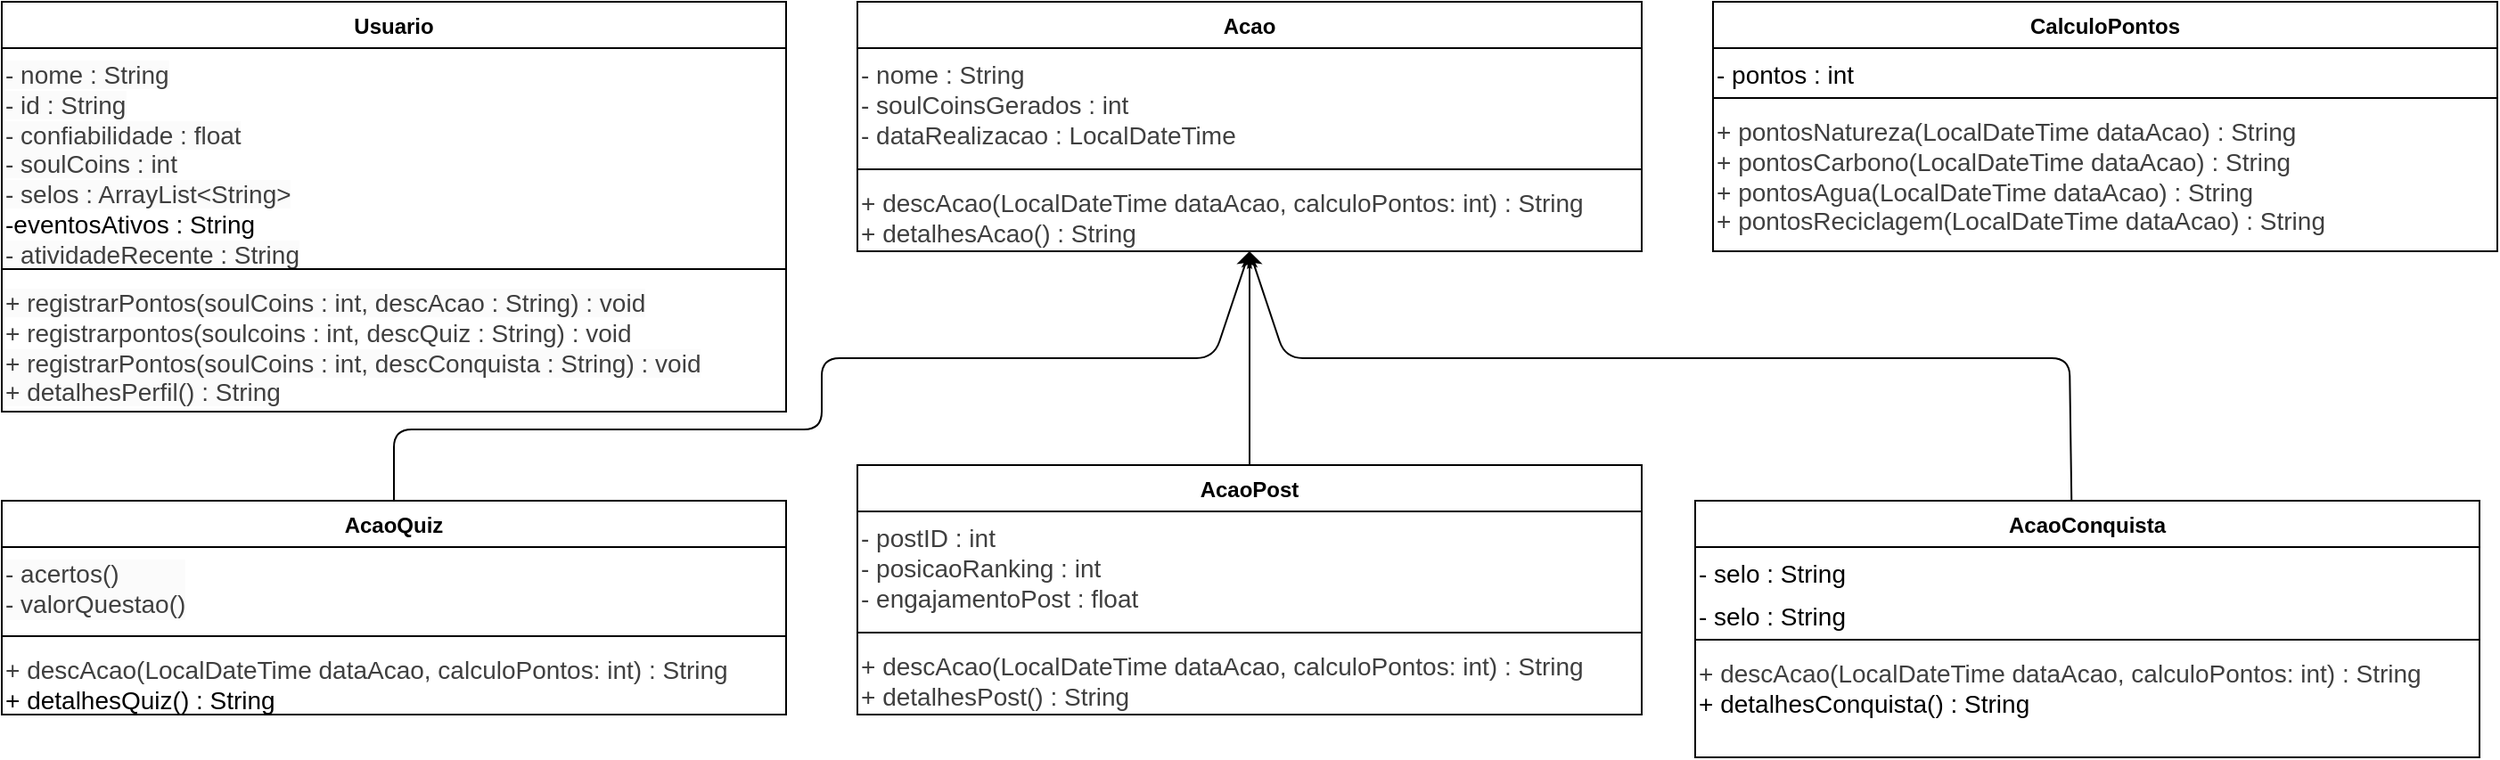
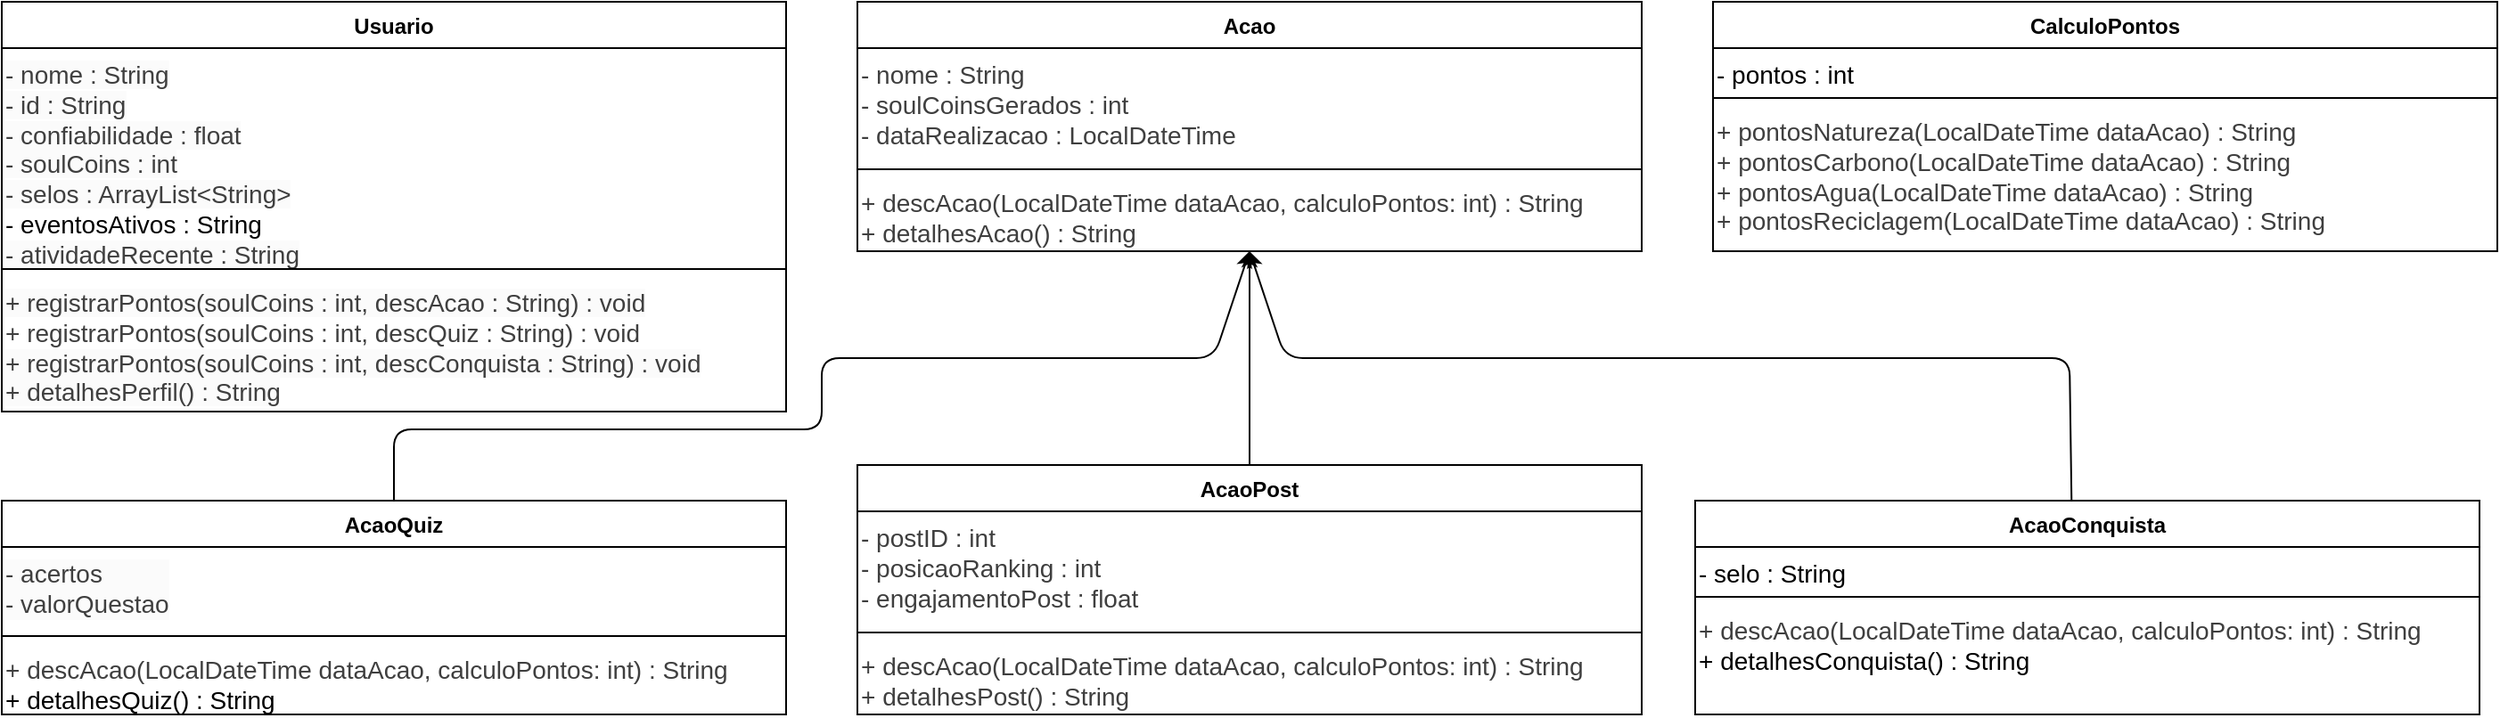
<mxfile host="65bd71144e">
    <diagram name="Diagrama SoulUp" id="soulup-uml">
-         <mxGraphModel dx="637" dy="1059" grid="1" gridSize="10" guides="1" tooltips="1" connect="1" arrows="1" fold="1" page="1" pageScale="1" pageWidth="1475" pageHeight="827" math="0" shadow="0">
+         <mxGraphModel dx="549" dy="593" grid="1" gridSize="10" guides="1" tooltips="1" connect="1" arrows="1" fold="1" page="1" pageScale="1" pageWidth="1475" pageHeight="827" math="0" shadow="0">
            <root>
                <mxCell id="0"/>
                <mxCell id="1" parent="0"/>
                <mxCell id="7" value="Usuario" style="swimlane;fontStyle=1;align=center;verticalAlign=top;childLayout=stackLayout;horizontal=1;startSize=26;horizontalStack=0;resizeParent=1;resizeParentMax=0;resizeLast=0;collapsible=1;marginBottom=0;whiteSpace=wrap;html=1;" parent="1" vertex="1">
                    <mxGeometry x="40" y="40" width="440" height="230" as="geometry">
                        <mxRectangle x="710" y="370" width="80" height="30" as="alternateBounds"/>
                    </mxGeometry>
                </mxCell>
-                 <mxCell id="12" value="&lt;span style=&quot;color: rgb(63, 63, 63); font-family: Helvetica; font-size: 14px; font-style: normal; font-variant-ligatures: normal; font-variant-caps: normal; font-weight: 400; letter-spacing: normal; orphans: 2; text-align: -webkit-left; text-indent: 0px; text-transform: none; widows: 2; word-spacing: 0px; -webkit-text-stroke-width: 0px; white-space: normal; background-color: rgb(251, 251, 251); text-decoration-thickness: initial; text-decoration-style: initial; text-decoration-color: initial; float: none; display: inline !important;&quot;&gt;- nome : String&lt;/span&gt;&lt;br style=&quot;forced-color-adjust: none; color: rgb(63, 63, 63); scrollbar-color: rgb(226, 226, 226) rgb(251, 251, 251); font-family: Helvetica; font-size: 14px; font-style: normal; font-variant-ligatures: normal; font-variant-caps: normal; font-weight: 400; letter-spacing: normal; orphans: 2; text-align: -webkit-left; text-indent: 0px; text-transform: none; widows: 2; word-spacing: 0px; -webkit-text-stroke-width: 0px; white-space: normal; background-color: rgb(251, 251, 251); text-decoration-thickness: initial; text-decoration-style: initial; text-decoration-color: initial;&quot;&gt;&lt;span style=&quot;color: rgb(63, 63, 63); font-family: Helvetica; font-size: 14px; font-style: normal; font-variant-ligatures: normal; font-variant-caps: normal; font-weight: 400; letter-spacing: normal; orphans: 2; text-align: -webkit-left; text-indent: 0px; text-transform: none; widows: 2; word-spacing: 0px; -webkit-text-stroke-width: 0px; white-space: normal; background-color: rgb(251, 251, 251); text-decoration-thickness: initial; text-decoration-style: initial; text-decoration-color: initial; float: none; display: inline !important;&quot;&gt;- id : String&lt;/span&gt;&lt;br style=&quot;forced-color-adjust: none; color: rgb(63, 63, 63); scrollbar-color: rgb(226, 226, 226) rgb(251, 251, 251); font-family: Helvetica; font-size: 14px; font-style: normal; font-variant-ligatures: normal; font-variant-caps: normal; font-weight: 400; letter-spacing: normal; orphans: 2; text-align: -webkit-left; text-indent: 0px; text-transform: none; widows: 2; word-spacing: 0px; -webkit-text-stroke-width: 0px; white-space: normal; background-color: rgb(251, 251, 251); text-decoration-thickness: initial; text-decoration-style: initial; text-decoration-color: initial;&quot;&gt;&lt;span style=&quot;color: rgb(63, 63, 63); font-family: Helvetica; font-size: 14px; font-style: normal; font-variant-ligatures: normal; font-variant-caps: normal; font-weight: 400; letter-spacing: normal; orphans: 2; text-align: -webkit-left; text-indent: 0px; text-transform: none; widows: 2; word-spacing: 0px; -webkit-text-stroke-width: 0px; white-space: normal; background-color: rgb(251, 251, 251); text-decoration-thickness: initial; text-decoration-style: initial; text-decoration-color: initial; float: none; display: inline !important;&quot;&gt;- confiabilidade : float&lt;/span&gt;&lt;br style=&quot;forced-color-adjust: none; color: rgb(63, 63, 63); scrollbar-color: rgb(226, 226, 226) rgb(251, 251, 251); font-family: Helvetica; font-size: 14px; font-style: normal; font-variant-ligatures: normal; font-variant-caps: normal; font-weight: 400; letter-spacing: normal; orphans: 2; text-align: -webkit-left; text-indent: 0px; text-transform: none; widows: 2; word-spacing: 0px; -webkit-text-stroke-width: 0px; white-space: normal; background-color: rgb(251, 251, 251); text-decoration-thickness: initial; text-decoration-style: initial; text-decoration-color: initial;&quot;&gt;&lt;span style=&quot;color: rgb(63, 63, 63); font-family: Helvetica; font-size: 14px; font-style: normal; font-variant-ligatures: normal; font-variant-caps: normal; font-weight: 400; letter-spacing: normal; orphans: 2; text-align: -webkit-left; text-indent: 0px; text-transform: none; widows: 2; word-spacing: 0px; -webkit-text-stroke-width: 0px; white-space: normal; background-color: rgb(251, 251, 251); text-decoration-thickness: initial; text-decoration-style: initial; text-decoration-color: initial; float: none; display: inline !important;&quot;&gt;- soulCoins : int&lt;/span&gt;&lt;br style=&quot;forced-color-adjust: none; color: rgb(63, 63, 63); scrollbar-color: rgb(226, 226, 226) rgb(251, 251, 251); font-family: Helvetica; font-size: 14px; font-style: normal; font-variant-ligatures: normal; font-variant-caps: normal; font-weight: 400; letter-spacing: normal; orphans: 2; text-align: -webkit-left; text-indent: 0px; text-transform: none; widows: 2; word-spacing: 0px; -webkit-text-stroke-width: 0px; white-space: normal; background-color: rgb(251, 251, 251); text-decoration-thickness: initial; text-decoration-style: initial; text-decoration-color: initial;&quot;&gt;&lt;span style=&quot;color: rgb(63, 63, 63); font-family: Helvetica; font-size: 14px; font-style: normal; font-variant-ligatures: normal; font-variant-caps: normal; font-weight: 400; letter-spacing: normal; orphans: 2; text-align: -webkit-left; text-indent: 0px; text-transform: none; widows: 2; word-spacing: 0px; -webkit-text-stroke-width: 0px; white-space: normal; background-color: rgb(251, 251, 251); text-decoration-thickness: initial; text-decoration-style: initial; text-decoration-color: initial; float: none; display: inline !important;&quot;&gt;- selos : ArrayList&amp;lt;String&amp;gt;&lt;/span&gt;&lt;div&gt;&lt;span style=&quot;font-size: 14px;&quot;&gt;-eventosAtivos : String&lt;br&gt;&lt;/span&gt;&lt;div&gt;&lt;span style=&quot;color: rgb(63, 63, 63); font-family: Helvetica; font-size: 14px; font-style: normal; font-variant-ligatures: normal; font-variant-caps: normal; font-weight: 400; letter-spacing: normal; orphans: 2; text-align: -webkit-left; text-indent: 0px; text-transform: none; widows: 2; word-spacing: 0px; -webkit-text-stroke-width: 0px; white-space: normal; background-color: rgb(251, 251, 251); text-decoration-thickness: initial; text-decoration-style: initial; text-decoration-color: initial; float: none; display: inline !important;&quot;&gt;- atividadeRecente : String&lt;/span&gt;&lt;br class=&quot;Apple-interchange-newline&quot;&gt;&lt;/div&gt;&lt;/div&gt;" style="text;whiteSpace=wrap;html=1;" parent="7" vertex="1">
+                 <mxCell id="12" value="&lt;span style=&quot;color: rgb(63, 63, 63); font-family: Helvetica; font-size: 14px; font-style: normal; font-variant-ligatures: normal; font-variant-caps: normal; font-weight: 400; letter-spacing: normal; orphans: 2; text-align: -webkit-left; text-indent: 0px; text-transform: none; widows: 2; word-spacing: 0px; -webkit-text-stroke-width: 0px; white-space: normal; background-color: rgb(251, 251, 251); text-decoration-thickness: initial; text-decoration-style: initial; text-decoration-color: initial; float: none; display: inline !important;&quot;&gt;- nome : String&lt;/span&gt;&lt;br style=&quot;forced-color-adjust: none; color: rgb(63, 63, 63); scrollbar-color: rgb(226, 226, 226) rgb(251, 251, 251); font-family: Helvetica; font-size: 14px; font-style: normal; font-variant-ligatures: normal; font-variant-caps: normal; font-weight: 400; letter-spacing: normal; orphans: 2; text-align: -webkit-left; text-indent: 0px; text-transform: none; widows: 2; word-spacing: 0px; -webkit-text-stroke-width: 0px; white-space: normal; background-color: rgb(251, 251, 251); text-decoration-thickness: initial; text-decoration-style: initial; text-decoration-color: initial;&quot;&gt;&lt;span style=&quot;color: rgb(63, 63, 63); font-family: Helvetica; font-size: 14px; font-style: normal; font-variant-ligatures: normal; font-variant-caps: normal; font-weight: 400; letter-spacing: normal; orphans: 2; text-align: -webkit-left; text-indent: 0px; text-transform: none; widows: 2; word-spacing: 0px; -webkit-text-stroke-width: 0px; white-space: normal; background-color: rgb(251, 251, 251); text-decoration-thickness: initial; text-decoration-style: initial; text-decoration-color: initial; float: none; display: inline !important;&quot;&gt;- id : String&lt;/span&gt;&lt;br style=&quot;forced-color-adjust: none; color: rgb(63, 63, 63); scrollbar-color: rgb(226, 226, 226) rgb(251, 251, 251); font-family: Helvetica; font-size: 14px; font-style: normal; font-variant-ligatures: normal; font-variant-caps: normal; font-weight: 400; letter-spacing: normal; orphans: 2; text-align: -webkit-left; text-indent: 0px; text-transform: none; widows: 2; word-spacing: 0px; -webkit-text-stroke-width: 0px; white-space: normal; background-color: rgb(251, 251, 251); text-decoration-thickness: initial; text-decoration-style: initial; text-decoration-color: initial;&quot;&gt;&lt;span style=&quot;color: rgb(63, 63, 63); font-family: Helvetica; font-size: 14px; font-style: normal; font-variant-ligatures: normal; font-variant-caps: normal; font-weight: 400; letter-spacing: normal; orphans: 2; text-align: -webkit-left; text-indent: 0px; text-transform: none; widows: 2; word-spacing: 0px; -webkit-text-stroke-width: 0px; white-space: normal; background-color: rgb(251, 251, 251); text-decoration-thickness: initial; text-decoration-style: initial; text-decoration-color: initial; float: none; display: inline !important;&quot;&gt;- confiabilidade : float&lt;/span&gt;&lt;br style=&quot;forced-color-adjust: none; color: rgb(63, 63, 63); scrollbar-color: rgb(226, 226, 226) rgb(251, 251, 251); font-family: Helvetica; font-size: 14px; font-style: normal; font-variant-ligatures: normal; font-variant-caps: normal; font-weight: 400; letter-spacing: normal; orphans: 2; text-align: -webkit-left; text-indent: 0px; text-transform: none; widows: 2; word-spacing: 0px; -webkit-text-stroke-width: 0px; white-space: normal; background-color: rgb(251, 251, 251); text-decoration-thickness: initial; text-decoration-style: initial; text-decoration-color: initial;&quot;&gt;&lt;span style=&quot;color: rgb(63, 63, 63); font-family: Helvetica; font-size: 14px; font-style: normal; font-variant-ligatures: normal; font-variant-caps: normal; font-weight: 400; letter-spacing: normal; orphans: 2; text-align: -webkit-left; text-indent: 0px; text-transform: none; widows: 2; word-spacing: 0px; -webkit-text-stroke-width: 0px; white-space: normal; background-color: rgb(251, 251, 251); text-decoration-thickness: initial; text-decoration-style: initial; text-decoration-color: initial; float: none; display: inline !important;&quot;&gt;- soulCoins : int&lt;/span&gt;&lt;br style=&quot;forced-color-adjust: none; color: rgb(63, 63, 63); scrollbar-color: rgb(226, 226, 226) rgb(251, 251, 251); font-family: Helvetica; font-size: 14px; font-style: normal; font-variant-ligatures: normal; font-variant-caps: normal; font-weight: 400; letter-spacing: normal; orphans: 2; text-align: -webkit-left; text-indent: 0px; text-transform: none; widows: 2; word-spacing: 0px; -webkit-text-stroke-width: 0px; white-space: normal; background-color: rgb(251, 251, 251); text-decoration-thickness: initial; text-decoration-style: initial; text-decoration-color: initial;&quot;&gt;&lt;span style=&quot;color: rgb(63, 63, 63); font-family: Helvetica; font-size: 14px; font-style: normal; font-variant-ligatures: normal; font-variant-caps: normal; font-weight: 400; letter-spacing: normal; orphans: 2; text-align: -webkit-left; text-indent: 0px; text-transform: none; widows: 2; word-spacing: 0px; -webkit-text-stroke-width: 0px; white-space: normal; background-color: rgb(251, 251, 251); text-decoration-thickness: initial; text-decoration-style: initial; text-decoration-color: initial; float: none; display: inline !important;&quot;&gt;- selos : ArrayList&amp;lt;String&amp;gt;&lt;/span&gt;&lt;div&gt;&lt;span style=&quot;font-size: 14px;&quot;&gt;- eventosAtivos : String&lt;br&gt;&lt;/span&gt;&lt;div&gt;&lt;span style=&quot;color: rgb(63, 63, 63); font-family: Helvetica; font-size: 14px; font-style: normal; font-variant-ligatures: normal; font-variant-caps: normal; font-weight: 400; letter-spacing: normal; orphans: 2; text-align: -webkit-left; text-indent: 0px; text-transform: none; widows: 2; word-spacing: 0px; -webkit-text-stroke-width: 0px; white-space: normal; background-color: rgb(251, 251, 251); text-decoration-thickness: initial; text-decoration-style: initial; text-decoration-color: initial; float: none; display: inline !important;&quot;&gt;- atividadeRecente : String&lt;/span&gt;&lt;br class=&quot;Apple-interchange-newline&quot;&gt;&lt;/div&gt;&lt;/div&gt;" style="text;whiteSpace=wrap;html=1;" parent="7" vertex="1">
                    <mxGeometry y="26" width="440" height="120" as="geometry"/>
                </mxCell>
                <mxCell id="9" value="" style="line;strokeWidth=1;fillColor=none;align=left;verticalAlign=middle;spacingTop=-1;spacingLeft=3;spacingRight=3;rotatable=0;labelPosition=right;points=[];portConstraint=eastwest;strokeColor=inherit;" parent="7" vertex="1">
                    <mxGeometry y="146" width="440" height="8" as="geometry"/>
                </mxCell>
-                 <mxCell id="13" value="&lt;span style=&quot;color: rgb(63, 63, 63); font-family: Helvetica; font-size: 14px; font-style: normal; font-variant-ligatures: normal; font-variant-caps: normal; font-weight: 400; letter-spacing: normal; orphans: 2; text-align: -webkit-left; text-indent: 0px; text-transform: none; widows: 2; word-spacing: 0px; -webkit-text-stroke-width: 0px; white-space: normal; background-color: rgb(251, 251, 251); text-decoration-thickness: initial; text-decoration-style: initial; text-decoration-color: initial; float: none; display: inline !important;&quot;&gt;+ registrarPontos(soulCoins : int, descAcao : String) : void&lt;/span&gt;&lt;div&gt;&lt;span style=&quot;color: rgb(63, 63, 63); font-size: 14px;&quot;&gt;+ registrarpontos(soulcoins : int, descQuiz : String) : void&lt;/span&gt;&lt;span style=&quot;font-size: 14px;&quot;&gt;&lt;br&gt;&lt;/span&gt;&lt;div&gt;&lt;span style=&quot;color: rgb(63, 63, 63); font-family: Helvetica; font-size: 14px; font-style: normal; font-variant-ligatures: normal; font-variant-caps: normal; font-weight: 400; letter-spacing: normal; orphans: 2; text-align: -webkit-left; text-indent: 0px; text-transform: none; widows: 2; word-spacing: 0px; -webkit-text-stroke-width: 0px; white-space: normal; background-color: rgb(251, 251, 251); text-decoration-thickness: initial; text-decoration-style: initial; text-decoration-color: initial; float: none; display: inline !important;&quot;&gt;+ registrarPontos(soulCoins : int, descConquista : String) : void&lt;/span&gt;&lt;br style=&quot;forced-color-adjust: none; color: rgb(63, 63, 63); scrollbar-color: rgb(226, 226, 226) rgb(251, 251, 251); font-family: Helvetica; font-size: 14px; font-style: normal; font-variant-ligatures: normal; font-variant-caps: normal; font-weight: 400; letter-spacing: normal; orphans: 2; text-align: -webkit-left; text-indent: 0px; text-transform: none; widows: 2; word-spacing: 0px; -webkit-text-stroke-width: 0px; white-space: normal; background-color: rgb(251, 251, 251); text-decoration-thickness: initial; text-decoration-style: initial; text-decoration-color: initial;&quot;&gt;&lt;span style=&quot;color: rgb(63, 63, 63); font-family: Helvetica; font-size: 14px; font-style: normal; font-variant-ligatures: normal; font-variant-caps: normal; font-weight: 400; letter-spacing: normal; orphans: 2; text-align: -webkit-left; text-indent: 0px; text-transform: none; widows: 2; word-spacing: 0px; -webkit-text-stroke-width: 0px; white-space: normal; background-color: rgb(251, 251, 251); text-decoration-thickness: initial; text-decoration-style: initial; text-decoration-color: initial; float: none; display: inline !important;&quot;&gt;+ detalhesPerfil() : String&lt;/span&gt;&lt;/div&gt;&lt;/div&gt;" style="text;whiteSpace=wrap;html=1;" parent="7" vertex="1">
+                 <mxCell id="13" value="&lt;span style=&quot;color: rgb(63, 63, 63); font-family: Helvetica; font-size: 14px; font-style: normal; font-variant-ligatures: normal; font-variant-caps: normal; font-weight: 400; letter-spacing: normal; orphans: 2; text-align: -webkit-left; text-indent: 0px; text-transform: none; widows: 2; word-spacing: 0px; -webkit-text-stroke-width: 0px; white-space: normal; background-color: rgb(251, 251, 251); text-decoration-thickness: initial; text-decoration-style: initial; text-decoration-color: initial; float: none; display: inline !important;&quot;&gt;+ registrarPontos(soulCoins : int, descAcao : String) : void&lt;/span&gt;&lt;div&gt;&lt;span style=&quot;color: rgb(63, 63, 63); font-size: 14px;&quot;&gt;+ registrarPontos(soulCoins : int, descQuiz : String) : void&lt;/span&gt;&lt;span style=&quot;font-size: 14px;&quot;&gt;&lt;br&gt;&lt;/span&gt;&lt;div&gt;&lt;span style=&quot;color: rgb(63, 63, 63); font-family: Helvetica; font-size: 14px; font-style: normal; font-variant-ligatures: normal; font-variant-caps: normal; font-weight: 400; letter-spacing: normal; orphans: 2; text-align: -webkit-left; text-indent: 0px; text-transform: none; widows: 2; word-spacing: 0px; -webkit-text-stroke-width: 0px; white-space: normal; background-color: rgb(251, 251, 251); text-decoration-thickness: initial; text-decoration-style: initial; text-decoration-color: initial; float: none; display: inline !important;&quot;&gt;+ registrarPontos(soulCoins : int, descConquista : String) : void&lt;/span&gt;&lt;br style=&quot;forced-color-adjust: none; color: rgb(63, 63, 63); scrollbar-color: rgb(226, 226, 226) rgb(251, 251, 251); font-family: Helvetica; font-size: 14px; font-style: normal; font-variant-ligatures: normal; font-variant-caps: normal; font-weight: 400; letter-spacing: normal; orphans: 2; text-align: -webkit-left; text-indent: 0px; text-transform: none; widows: 2; word-spacing: 0px; -webkit-text-stroke-width: 0px; white-space: normal; background-color: rgb(251, 251, 251); text-decoration-thickness: initial; text-decoration-style: initial; text-decoration-color: initial;&quot;&gt;&lt;span style=&quot;color: rgb(63, 63, 63); font-family: Helvetica; font-size: 14px; font-style: normal; font-variant-ligatures: normal; font-variant-caps: normal; font-weight: 400; letter-spacing: normal; orphans: 2; text-align: -webkit-left; text-indent: 0px; text-transform: none; widows: 2; word-spacing: 0px; -webkit-text-stroke-width: 0px; white-space: normal; background-color: rgb(251, 251, 251); text-decoration-thickness: initial; text-decoration-style: initial; text-decoration-color: initial; float: none; display: inline !important;&quot;&gt;+ detalhesPerfil() : String&lt;/span&gt;&lt;/div&gt;&lt;/div&gt;" style="text;whiteSpace=wrap;html=1;" parent="7" vertex="1">
                    <mxGeometry y="154" width="440" height="76" as="geometry"/>
                </mxCell>
                <mxCell id="14" value="Acao" style="swimlane;fontStyle=1;align=center;verticalAlign=top;childLayout=stackLayout;horizontal=1;startSize=26;horizontalStack=0;resizeParent=1;resizeParentMax=0;resizeLast=0;collapsible=1;marginBottom=0;whiteSpace=wrap;html=1;" parent="1" vertex="1">
                    <mxGeometry x="520" y="40" width="440" height="140" as="geometry">
                        <mxRectangle x="520" y="40" width="80" height="30" as="alternateBounds"/>
                    </mxGeometry>
                </mxCell>
                <mxCell id="15" value="&lt;span style=&quot;color: rgb(63, 63, 63); font-size: 14px;&quot;&gt;- nome : String&lt;/span&gt;&lt;br style=&quot;color: rgb(63, 63, 63); scrollbar-color: rgb(226, 226, 226) rgb(251, 251, 251); font-size: 14px;&quot;&gt;&lt;span style=&quot;color: rgb(63, 63, 63); font-size: 14px;&quot;&gt;- soulCoinsGerados : int&lt;/span&gt;&lt;br style=&quot;color: rgb(63, 63, 63); scrollbar-color: rgb(226, 226, 226) rgb(251, 251, 251); font-size: 14px;&quot;&gt;&lt;span style=&quot;color: rgb(63, 63, 63); font-size: 14px;&quot;&gt;- dataRealizacao : LocalDateTime&lt;/span&gt;" style="text;whiteSpace=wrap;html=1;" parent="14" vertex="1">
                    <mxGeometry y="26" width="440" height="64" as="geometry"/>
                </mxCell>
                <mxCell id="16" value="" style="line;strokeWidth=1;fillColor=none;align=left;verticalAlign=middle;spacingTop=-1;spacingLeft=3;spacingRight=3;rotatable=0;labelPosition=right;points=[];portConstraint=eastwest;strokeColor=inherit;" parent="14" vertex="1">
                    <mxGeometry y="90" width="440" height="8" as="geometry"/>
                </mxCell>
                <mxCell id="17" value="&lt;div&gt;&lt;span style=&quot;color: rgb(63, 63, 63); font-size: 14px;&quot;&gt;+ descAcao(&lt;/span&gt;&lt;span style=&quot;scrollbar-color: rgb(226, 226, 226) rgb(251, 251, 251); font-size: 14px; color: rgb(63, 63, 63);&quot;&gt;LocalDateTime dataAcao, calculoPontos: int&lt;/span&gt;&lt;span style=&quot;color: rgb(63, 63, 63); font-size: 14px;&quot;&gt;) : String&lt;/span&gt;&lt;br style=&quot;color: rgb(63, 63, 63); scrollbar-color: rgb(226, 226, 226) rgb(251, 251, 251); font-size: 14px;&quot;&gt;&lt;span style=&quot;color: rgb(63, 63, 63); font-size: 14px;&quot;&gt;+ detalhesAcao() : String&lt;/span&gt;&lt;/div&gt;" style="text;whiteSpace=wrap;html=1;" parent="14" vertex="1">
                    <mxGeometry y="98" width="440" height="42" as="geometry"/>
                </mxCell>
                <mxCell id="22" value="" style="edgeStyle=none;html=1;" parent="1" source="18" target="17" edge="1">
                    <mxGeometry relative="1" as="geometry"/>
                </mxCell>
                <mxCell id="18" value="AcaoPost" style="swimlane;fontStyle=1;align=center;verticalAlign=top;childLayout=stackLayout;horizontal=1;startSize=26;horizontalStack=0;resizeParent=1;resizeParentMax=0;resizeLast=0;collapsible=1;marginBottom=0;whiteSpace=wrap;html=1;" parent="1" vertex="1">
                    <mxGeometry x="520" y="300" width="440" height="140" as="geometry">
                        <mxRectangle x="710" y="370" width="80" height="30" as="alternateBounds"/>
                    </mxGeometry>
                </mxCell>
                <mxCell id="19" value="&lt;span style=&quot;color: rgb(63, 63, 63); font-size: 14px;&quot;&gt;- postID : int&lt;/span&gt;&lt;br style=&quot;color: rgb(63, 63, 63); scrollbar-color: rgb(226, 226, 226) rgb(251, 251, 251); font-size: 14px;&quot;&gt;&lt;span style=&quot;color: rgb(63, 63, 63); font-size: 14px;&quot;&gt;- posicaoRanking : int&lt;/span&gt;&lt;br style=&quot;color: rgb(63, 63, 63); scrollbar-color: rgb(226, 226, 226) rgb(251, 251, 251); font-size: 14px;&quot;&gt;&lt;span style=&quot;color: rgb(63, 63, 63); font-size: 14px;&quot;&gt;- engajamentoPost : float&lt;/span&gt;&lt;div&gt;&lt;span style=&quot;color: rgb(63, 63, 63); font-size: 14px;&quot;&gt;&lt;br&gt;&lt;/span&gt;&lt;/div&gt;" style="text;whiteSpace=wrap;html=1;" parent="18" vertex="1">
                    <mxGeometry y="26" width="440" height="64" as="geometry"/>
                </mxCell>
                <mxCell id="20" value="" style="line;strokeWidth=1;fillColor=none;align=left;verticalAlign=middle;spacingTop=-1;spacingLeft=3;spacingRight=3;rotatable=0;labelPosition=right;points=[];portConstraint=eastwest;strokeColor=inherit;" parent="18" vertex="1">
                    <mxGeometry y="90" width="440" height="8" as="geometry"/>
                </mxCell>
                <mxCell id="21" value="&lt;div&gt;&lt;span style=&quot;color: rgb(63, 63, 63); font-size: 14px;&quot;&gt;+ descAcao(&lt;/span&gt;&lt;span style=&quot;scrollbar-color: rgb(226, 226, 226) rgb(251, 251, 251); font-size: 14px; color: rgb(63, 63, 63);&quot;&gt;LocalDateTime dataAcao, calculoPontos: int&lt;/span&gt;&lt;span style=&quot;color: rgb(63, 63, 63); font-size: 14px;&quot;&gt;) : String&lt;/span&gt;&lt;/div&gt;&lt;span style=&quot;color: rgb(63, 63, 63); font-size: 14px;&quot;&gt;+ detalhesPost() : String&lt;/span&gt;" style="text;whiteSpace=wrap;html=1;" parent="18" vertex="1">
                    <mxGeometry y="98" width="440" height="42" as="geometry"/>
                </mxCell>
                <mxCell id="42" value="" style="edgeStyle=none;html=1;exitX=0.48;exitY=0.036;exitDx=0;exitDy=0;exitPerimeter=0;entryX=0.5;entryY=1;entryDx=0;entryDy=0;" parent="1" source="32" target="17" edge="1">
                    <mxGeometry relative="1" as="geometry">
                        <mxPoint x="760" y="240" as="targetPoint"/>
                        <Array as="points">
                            <mxPoint x="1200" y="240"/>
                            <mxPoint x="960" y="240"/>
                            <mxPoint x="800" y="240"/>
                            <mxPoint x="760" y="240"/>
                        </Array>
                    </mxGeometry>
                </mxCell>
                <mxCell id="32" value="AcaoConquista" style="swimlane;fontStyle=1;align=center;verticalAlign=top;childLayout=stackLayout;horizontal=1;startSize=26;horizontalStack=0;resizeParent=1;resizeParentMax=0;resizeLast=0;collapsible=1;marginBottom=0;whiteSpace=wrap;html=1;" parent="1" vertex="1">
-                     <mxGeometry x="990" y="320" width="440" height="144" as="geometry">
+                     <mxGeometry x="990" y="320" width="440" height="120" as="geometry">
                        <mxRectangle x="710" y="370" width="80" height="30" as="alternateBounds"/>
                    </mxGeometry>
                </mxCell>
                <mxCell id="33" value="&lt;div&gt;&lt;span style=&quot;font-size: 14px;&quot;&gt;- selo : String&lt;/span&gt;&lt;/div&gt;" style="text;whiteSpace=wrap;html=1;" parent="32" vertex="1">
                    <mxGeometry y="26" width="440" height="24" as="geometry"/>
                </mxCell>
-                 <mxCell id="54" value="&lt;div&gt;&lt;span style=&quot;font-size: 14px;&quot;&gt;- selo : String&lt;/span&gt;&lt;/div&gt;" style="text;whiteSpace=wrap;html=1;" parent="32" vertex="1">
-                     <mxGeometry y="50" width="440" height="24" as="geometry"/>
-                 </mxCell>
                <mxCell id="34" value="" style="line;strokeWidth=1;fillColor=none;align=left;verticalAlign=middle;spacingTop=-1;spacingLeft=3;spacingRight=3;rotatable=0;labelPosition=right;points=[];portConstraint=eastwest;strokeColor=inherit;" parent="32" vertex="1">
-                     <mxGeometry y="74" width="440" height="8" as="geometry"/>
+                     <mxGeometry y="50" width="440" height="8" as="geometry"/>
                </mxCell>
                <mxCell id="35" value="&lt;div&gt;&lt;span style=&quot;color: rgb(63, 63, 63); font-size: 14px;&quot;&gt;+ descAcao(&lt;/span&gt;&lt;span style=&quot;scrollbar-color: rgb(226, 226, 226) rgb(251, 251, 251); font-size: 14px; color: rgb(63, 63, 63);&quot;&gt;LocalDateTime dataAcao, calculoPontos: int&lt;/span&gt;&lt;span style=&quot;color: rgb(63, 63, 63); font-size: 14px;&quot;&gt;) : String&lt;/span&gt;&lt;/div&gt;&lt;span style=&quot;font-size: 14px;&quot;&gt;+ detalhesConquista() : String&lt;/span&gt;" style="text;whiteSpace=wrap;html=1;" parent="32" vertex="1">
-                     <mxGeometry y="82" width="440" height="62" as="geometry"/>
+                     <mxGeometry y="58" width="440" height="62" as="geometry"/>
                </mxCell>
                <mxCell id="47" style="edgeStyle=none;html=1;exitX=0.5;exitY=0;exitDx=0;exitDy=0;entryX=0.5;entryY=1;entryDx=0;entryDy=0;" parent="1" source="43" target="17" edge="1">
                    <mxGeometry relative="1" as="geometry">
                        <Array as="points">
                            <mxPoint x="260" y="280"/>
                            <mxPoint x="500" y="280"/>
                            <mxPoint x="500" y="240"/>
                            <mxPoint x="620" y="240"/>
                            <mxPoint x="720" y="240"/>
                        </Array>
                    </mxGeometry>
                </mxCell>
                <mxCell id="43" value="AcaoQuiz" style="swimlane;fontStyle=1;align=center;verticalAlign=top;childLayout=stackLayout;horizontal=1;startSize=26;horizontalStack=0;resizeParent=1;resizeParentMax=0;resizeLast=0;collapsible=1;marginBottom=0;whiteSpace=wrap;html=1;" parent="1" vertex="1">
                    <mxGeometry x="40" y="320" width="440" height="120" as="geometry">
                        <mxRectangle x="710" y="370" width="80" height="30" as="alternateBounds"/>
                    </mxGeometry>
                </mxCell>
-                 <mxCell id="48" value="&lt;div style=&quot;forced-color-adjust: none; color: rgb(63, 63, 63); scrollbar-color: rgb(226, 226, 226) rgb(251, 251, 251); font-family: Helvetica; font-style: normal; font-variant-ligatures: normal; font-variant-caps: normal; font-weight: 400; letter-spacing: normal; orphans: 2; text-align: left; text-indent: 0px; text-transform: none; widows: 2; word-spacing: 0px; -webkit-text-stroke-width: 0px; white-space: normal; background-color: rgb(251, 251, 251); text-decoration-thickness: initial; text-decoration-style: initial; text-decoration-color: initial;&quot;&gt;&lt;span style=&quot;font-size: 14px;&quot;&gt;- acertos()&lt;/span&gt;&lt;/div&gt;&lt;div style=&quot;forced-color-adjust: none; color: rgb(63, 63, 63); scrollbar-color: rgb(226, 226, 226) rgb(251, 251, 251); font-family: Helvetica; font-style: normal; font-variant-ligatures: normal; font-variant-caps: normal; font-weight: 400; letter-spacing: normal; orphans: 2; text-align: left; text-indent: 0px; text-transform: none; widows: 2; word-spacing: 0px; -webkit-text-stroke-width: 0px; white-space: normal; background-color: rgb(251, 251, 251); text-decoration-thickness: initial; text-decoration-style: initial; text-decoration-color: initial;&quot;&gt;&lt;span style=&quot;font-size: 14px;&quot;&gt;- valorQuestao()&lt;/span&gt;&lt;/div&gt;" style="text;whiteSpace=wrap;html=1;" parent="43" vertex="1">
+                 <mxCell id="48" value="&lt;div style=&quot;forced-color-adjust: none; color: rgb(63, 63, 63); scrollbar-color: rgb(226, 226, 226) rgb(251, 251, 251); font-family: Helvetica; font-style: normal; font-variant-ligatures: normal; font-variant-caps: normal; font-weight: 400; letter-spacing: normal; orphans: 2; text-align: left; text-indent: 0px; text-transform: none; widows: 2; word-spacing: 0px; -webkit-text-stroke-width: 0px; white-space: normal; background-color: rgb(251, 251, 251); text-decoration-thickness: initial; text-decoration-style: initial; text-decoration-color: initial;&quot;&gt;&lt;span style=&quot;font-size: 14px;&quot;&gt;- acertos&lt;/span&gt;&lt;/div&gt;&lt;div style=&quot;forced-color-adjust: none; color: rgb(63, 63, 63); scrollbar-color: rgb(226, 226, 226) rgb(251, 251, 251); font-family: Helvetica; font-style: normal; font-variant-ligatures: normal; font-variant-caps: normal; font-weight: 400; letter-spacing: normal; orphans: 2; text-align: left; text-indent: 0px; text-transform: none; widows: 2; word-spacing: 0px; -webkit-text-stroke-width: 0px; white-space: normal; background-color: rgb(251, 251, 251); text-decoration-thickness: initial; text-decoration-style: initial; text-decoration-color: initial;&quot;&gt;&lt;span style=&quot;font-size: 14px;&quot;&gt;- valorQuestao&lt;/span&gt;&lt;/div&gt;" style="text;whiteSpace=wrap;html=1;" parent="43" vertex="1">
                    <mxGeometry y="26" width="440" height="46" as="geometry"/>
                </mxCell>
                <mxCell id="45" value="" style="line;strokeWidth=1;fillColor=none;align=left;verticalAlign=middle;spacingTop=-1;spacingLeft=3;spacingRight=3;rotatable=0;labelPosition=right;points=[];portConstraint=eastwest;strokeColor=inherit;" parent="43" vertex="1">
                    <mxGeometry y="72" width="440" height="8" as="geometry"/>
                </mxCell>
                <mxCell id="46" value="&lt;div&gt;&lt;span style=&quot;scrollbar-color: rgb(226, 226, 226) rgb(251, 251, 251); font-size: 14px; color: rgb(63, 63, 63);&quot;&gt;+ descAcao(&lt;span style=&quot;scrollbar-color: rgb(226, 226, 226) rgb(251, 251, 251); color: rgb(63, 63, 63);&quot;&gt;LocalDateTime dataAcao, calculoPontos: int&lt;/span&gt;) : String&lt;/span&gt;&lt;br&gt;&lt;/div&gt;&lt;span style=&quot;font-size: 14px;&quot;&gt;+ detalhesQuiz() : String&lt;/span&gt;" style="text;whiteSpace=wrap;html=1;" parent="43" vertex="1">
                    <mxGeometry y="80" width="440" height="40" as="geometry"/>
                </mxCell>
                <mxCell id="49" value="CalculoPontos" style="swimlane;fontStyle=1;align=center;verticalAlign=top;childLayout=stackLayout;horizontal=1;startSize=26;horizontalStack=0;resizeParent=1;resizeParentMax=0;resizeLast=0;collapsible=1;marginBottom=0;whiteSpace=wrap;html=1;" parent="1" vertex="1">
                    <mxGeometry x="1000" y="40" width="440" height="140" as="geometry">
                        <mxRectangle x="710" y="370" width="80" height="30" as="alternateBounds"/>
                    </mxGeometry>
                </mxCell>
                <mxCell id="50" value="&lt;div&gt;&lt;span style=&quot;font-size: 14px;&quot;&gt;- pontos : int&lt;/span&gt;&lt;/div&gt;" style="text;whiteSpace=wrap;html=1;" parent="49" vertex="1">
                    <mxGeometry y="26" width="440" height="24" as="geometry"/>
                </mxCell>
                <mxCell id="51" value="" style="line;strokeWidth=1;fillColor=none;align=left;verticalAlign=middle;spacingTop=-1;spacingLeft=3;spacingRight=3;rotatable=0;labelPosition=right;points=[];portConstraint=eastwest;strokeColor=inherit;" parent="49" vertex="1">
                    <mxGeometry y="50" width="440" height="8" as="geometry"/>
                </mxCell>
                <mxCell id="52" value="&lt;div style=&quot;color: rgb(63, 63, 63); scrollbar-color: rgb(226, 226, 226) rgb(251, 251, 251);&quot;&gt;&lt;span style=&quot;scrollbar-color: rgb(226, 226, 226) rgb(251, 251, 251); font-size: 14px; color: rgb(63, 63, 63);&quot;&gt;+ pontosNatureza(&lt;span style=&quot;scrollbar-color: rgb(226, 226, 226) rgb(251, 251, 251); color: rgb(63, 63, 63);&quot;&gt;LocalDateTime dataAcao&lt;/span&gt;) : String&lt;/span&gt;&lt;br style=&quot;scrollbar-color: rgb(226, 226, 226) rgb(251, 251, 251); font-size: 14px; color: rgb(63, 63, 63);&quot;&gt;&lt;span style=&quot;scrollbar-color: rgb(226, 226, 226) rgb(251, 251, 251); font-size: 14px; color: rgb(63, 63, 63);&quot;&gt;+ pontosCarbono(&lt;span style=&quot;scrollbar-color: rgb(226, 226, 226) rgb(251, 251, 251); color: rgb(63, 63, 63);&quot;&gt;LocalDateTime dataAcao&lt;/span&gt;) : String&lt;/span&gt;&lt;br style=&quot;scrollbar-color: rgb(226, 226, 226) rgb(251, 251, 251); font-size: 14px; color: rgb(63, 63, 63);&quot;&gt;&lt;span style=&quot;scrollbar-color: rgb(226, 226, 226) rgb(251, 251, 251); font-size: 14px; color: rgb(63, 63, 63);&quot;&gt;+ pontosAgua(&lt;span style=&quot;scrollbar-color: rgb(226, 226, 226) rgb(251, 251, 251); color: rgb(63, 63, 63);&quot;&gt;LocalDateTime dataAcao&lt;/span&gt;) : String&lt;/span&gt;&lt;div style=&quot;scrollbar-color: rgb(226, 226, 226) rgb(251, 251, 251); color: rgb(63, 63, 63);&quot;&gt;&lt;font style=&quot;scrollbar-color: rgb(226, 226, 226) rgb(251, 251, 251); font-size: 14px; color: rgb(63, 63, 63);&quot;&gt;+ pontosReciclagem(LocalDateTime dataAcao) : String&lt;/font&gt;&lt;/div&gt;&lt;/div&gt;" style="text;whiteSpace=wrap;html=1;" parent="49" vertex="1">
                    <mxGeometry y="58" width="440" height="82" as="geometry"/>
                </mxCell>
            </root>
        </mxGraphModel>
    </diagram>
</mxfile>